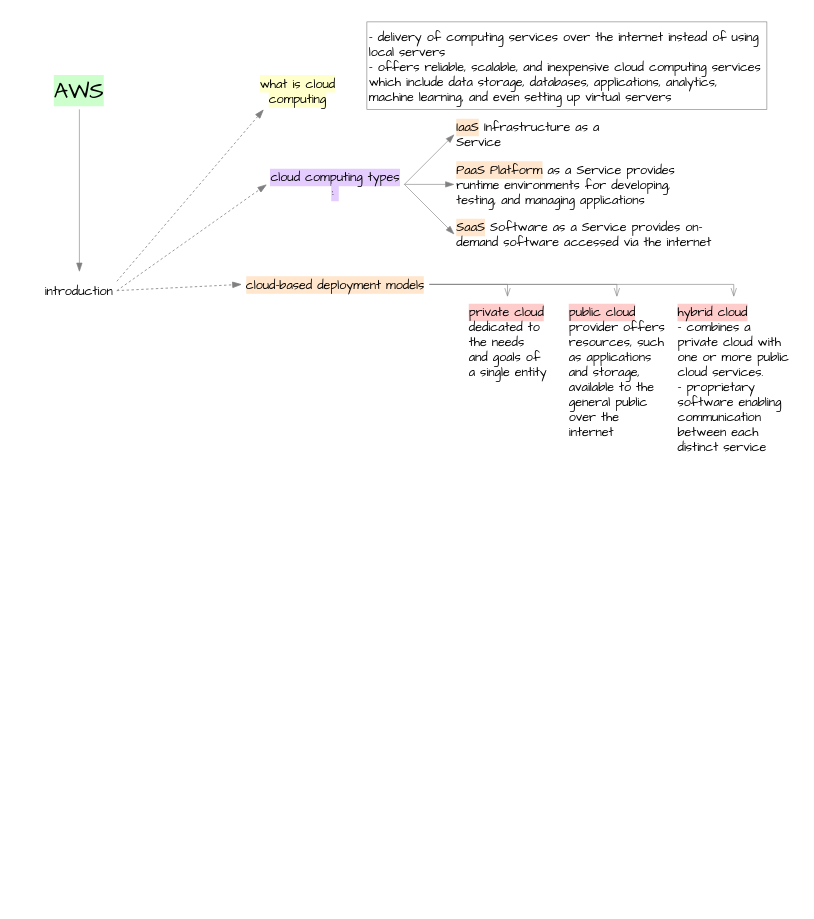
Before: [research]AWS.drawio in ptt743/draw, a draw.io diagram. Source tidied: cells renumbered, new cells numbered last; positions are measured from the earlier drawing's top-left corner, leaving out a move shared by most shapes. Both pictures are drawn from the tidied source at 125%, with x=0, y=0 at pixel (41, 21).
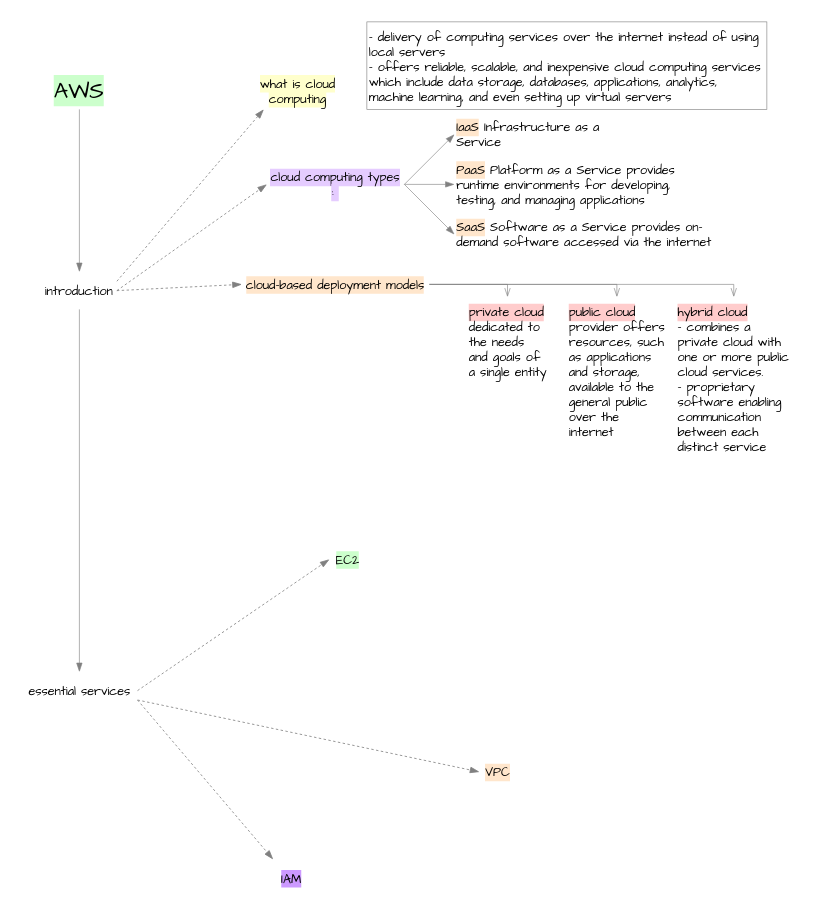
The same diagram, later.

The change refers to these unchanged cells:
```xml
<mxCell id="3" value="&lt;span&gt;introduction&lt;/span&gt;" style="text;html=1;whiteSpace=wrap;strokeColor=none;fillColor=none;align=center;verticalAlign=middle;rounded=0;fontFamily=Comic Sans MS;fontSize=10;" parent="1" vertex="1">
  <mxGeometry y="200" width="60" height="30" as="geometry" />
</mxCell>
```

Diff of the diagram source:
```diff
@@
-    <mxCell id="12" value="&lt;span style=&quot;background-color: rgb(255, 230, 204);&quot;&gt;PaaS&amp;nbsp;Platform&lt;/span&gt;&lt;span&gt; as a Service provides runtime environments for developing, testing, and managing applications&lt;/span&gt;" style="text;html=1;whiteSpace=wrap;strokeColor=none;fillColor=none;align=left;verticalAlign=middle;rounded=0;fontFamily=Comic Sans MS;fontSize=10;" parent="1" vertex="1">
+    <mxCell id="12" value="&lt;span style=&quot;background-color: rgb(255, 230, 204);&quot;&gt;PaaS&lt;/span&gt;&lt;span&gt;&amp;nbsp;Platform&lt;/span&gt;&lt;span&gt; as&lt;/span&gt; a Service provides runtime environments for developing, testing, and managing applications" style="text;html=1;whiteSpace=wrap;strokeColor=none;fillColor=none;align=left;verticalAlign=middle;rounded=0;fontFamily=Comic Sans MS;fontSize=10;" parent="1" vertex="1">
       <mxGeometry x="330" y="110" width="200" height="40" as="geometry" />
     </mxCell>
@@
+    <mxCell id="24" value="&lt;span&gt;essential services&lt;/span&gt;" style="text;html=1;whiteSpace=wrap;strokeColor=none;fillColor=none;align=center;verticalAlign=middle;rounded=0;fontFamily=Comic Sans MS;fontSize=10;" parent="1" vertex="1">
+      <mxGeometry x="-16.5" y="520" width="93" height="30" as="geometry" />
+    </mxCell>
+    <mxCell id="25" style="endArrow=blockThin;html=1;rounded=0;strokeColor=#808080;endFill=1;strokeWidth=0.5;exitX=0.5;exitY=1;exitDx=0;exitDy=0;entryX=0.5;entryY=0;entryDx=0;entryDy=0;" parent="1" edge="1" source="3" target="24">
+      <mxGeometry relative="1" as="geometry" />
+    </mxCell>
+    <mxCell id="26" value="&lt;span style=&quot;background-color: rgb(204, 255, 204);&quot;&gt;EC2&lt;/span&gt;" style="text;html=1;whiteSpace=wrap;strokeColor=none;fillColor=none;align=center;verticalAlign=middle;rounded=0;fontFamily=Comic Sans MS;fontSize=10;" parent="1" vertex="1">
+      <mxGeometry x="230" y="420" width="30" height="20" as="geometry" />
+    </mxCell>
+    <mxCell id="27" style="endArrow=blockThin;html=1;rounded=0;strokeColor=#808080;endFill=1;strokeWidth=0.65;exitX=1;exitY=0.5;exitDx=0;exitDy=0;entryX=0;entryY=0.5;entryDx=0;entryDy=0;dashed=1;" parent="1" edge="1" source="24" target="26">
+      <mxGeometry relative="1" as="geometry" />
+    </mxCell>
+    <mxCell id="28" value="&lt;span style=&quot;background-color: rgb(255, 230, 204);&quot;&gt;VPC&lt;/span&gt;" style="text;html=1;whiteSpace=wrap;strokeColor=none;fillColor=none;align=center;verticalAlign=middle;rounded=0;fontFamily=Comic Sans MS;fontSize=10;" parent="1" vertex="1">
+      <mxGeometry x="350" y="590" width="30" height="20" as="geometry" />
+    </mxCell>
+    <mxCell id="29" style="endArrow=blockThin;html=1;rounded=0;strokeColor=#808080;endFill=1;strokeWidth=0.65;exitX=1;exitY=0.75;exitDx=0;exitDy=0;entryX=0;entryY=0.5;entryDx=0;entryDy=0;dashed=1;" parent="1" edge="1" source="24" target="28">
+      <mxGeometry relative="1" as="geometry" />
+    </mxCell>
+    <mxCell id="30" value="&lt;span style=&quot;background-color: rgb(204, 153, 255);&quot;&gt;IAM&lt;/span&gt;" style="text;html=1;whiteSpace=wrap;strokeColor=none;fillColor=none;align=center;verticalAlign=middle;rounded=0;fontFamily=Comic Sans MS;fontSize=10;" parent="1" vertex="1">
+      <mxGeometry x="170" y="670" width="60" height="30" as="geometry" />
+    </mxCell>
+    <mxCell id="31" style="endArrow=blockThin;html=1;rounded=0;strokeColor=#808080;endFill=1;strokeWidth=0.65;exitX=1;exitY=0.75;exitDx=0;exitDy=0;entryX=0.25;entryY=0;entryDx=0;entryDy=0;dashed=1;" parent="1" edge="1" source="24" target="30">
+      <mxGeometry relative="1" as="geometry" />
+    </mxCell>
```
